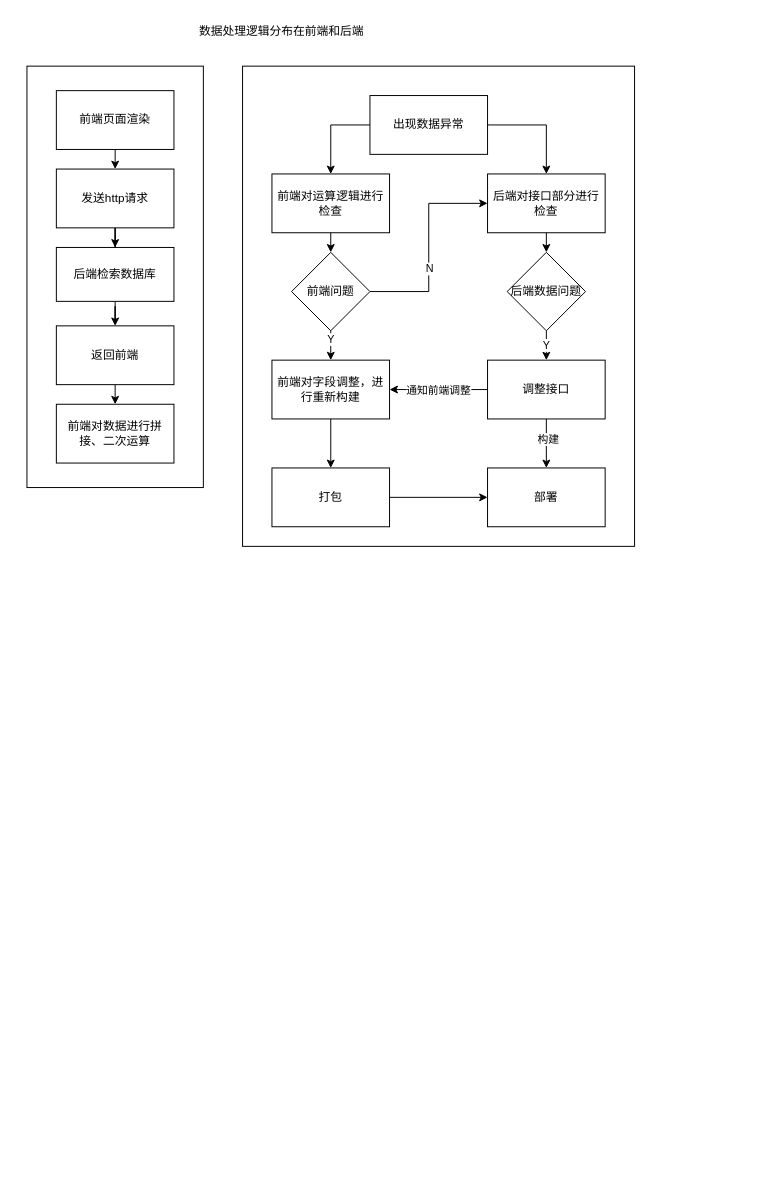
Before: locnavi/发布测试部署流程.drawio in Layouwen/drawio-bucket, a draw.io diagram. Source tidied: cells renumbered, new cells numbered last; positions are measured from the earlier drawing's top-left corner, leaving out a move shared by most shapes. Both pictures are drawn from the tidied source at 98%, with x=0, y=0 at pixel (26, 17).
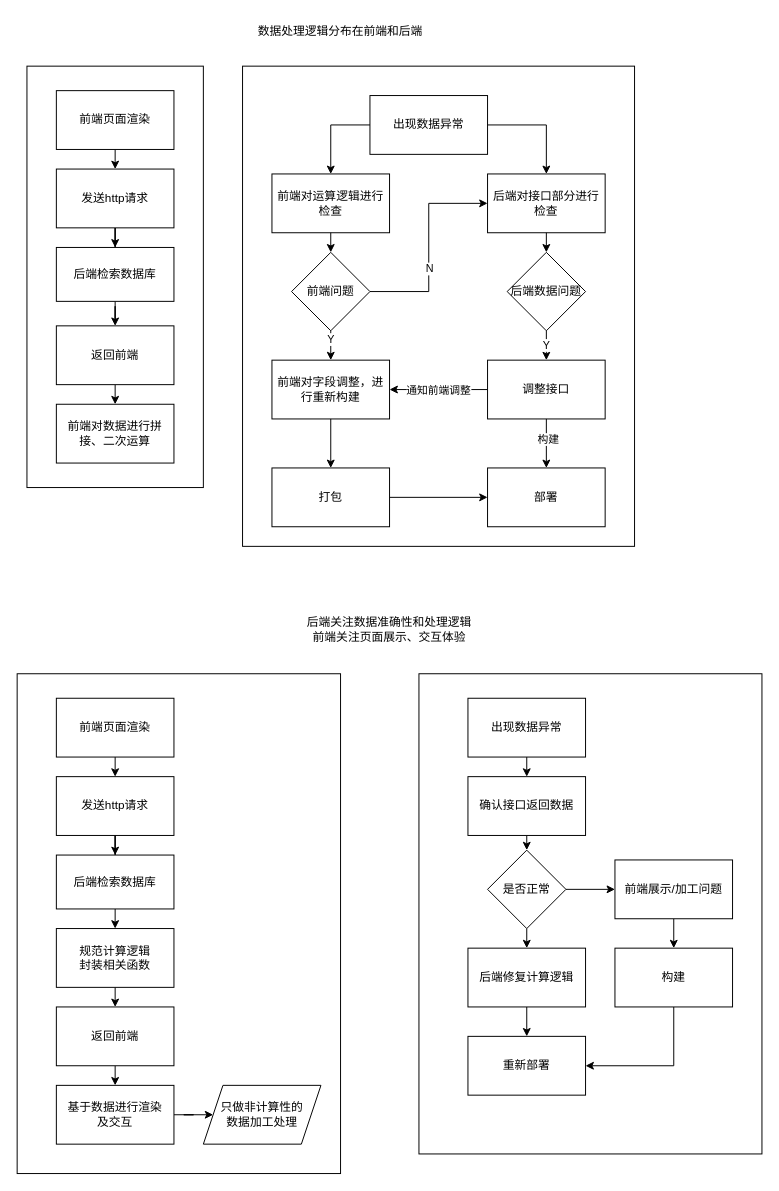
The same diagram, later.

Commit message:
更新发布测试部署流程.drawio

Diff of the diagram source:
```diff
@@
+    <mxCell id="40" style="rounded=0;whiteSpace=wrap;html=1;" parent="1" vertex="1">
+      <mxGeometry x="400" y="670" width="350" height="490" as="geometry" />
+    </mxCell>
+    <mxCell id="41" style="rounded=0;whiteSpace=wrap;html=1;" parent="1" vertex="1">
+      <mxGeometry x="-10" y="670" width="330" height="510" as="geometry" />
+    </mxCell>
     <mxCell id="2" value="数据处理逻辑分布在前端和后端" style="text;html=1;strokeColor=none;fillColor=none;align=center;verticalAlign=middle;whiteSpace=wrap;rounded=0;" parent="1" vertex="1">
-      <mxGeometry x="160" width="200" height="30" as="geometry" />
+      <mxGeometry x="220" width="200" height="30" as="geometry" />
     </mxCell>
@@
+    <mxCell id="42" style="edgeStyle=orthogonalEdgeStyle;rounded=0;jettySize=auto;html=1;exitX=0.5;exitY=1;exitDx=0;exitDy=0;entryX=0.5;entryY=0;entryDx=0;entryDy=0;" parent="1" edge="1" source="43" target="45">
+      <mxGeometry relative="1" as="geometry" />
+    </mxCell>
+    <mxCell id="43" value="前端页面渲染" style="rounded=0;whiteSpace=wrap;html=1;" parent="1" vertex="1">
+      <mxGeometry x="30" y="695" width="120" height="60" as="geometry" />
+    </mxCell>
+    <mxCell id="44" style="edgeStyle=orthogonalEdgeStyle;rounded=0;jettySize=auto;html=1;exitX=0.5;exitY=1;exitDx=0;exitDy=0;" parent="1" edge="1" source="45" target="47">
+      <mxGeometry relative="1" as="geometry" />
+    </mxCell>
+    <mxCell id="45" value="发送http请求" style="rounded=0;whiteSpace=wrap;html=1;" parent="1" vertex="1">
+      <mxGeometry x="30" y="775" width="120" height="60" as="geometry" />
+    </mxCell>
+    <mxCell id="46" style="edgeStyle=orthogonalEdgeStyle;rounded=0;jettySize=auto;html=1;exitX=0.5;exitY=1;exitDx=0;exitDy=0;entryX=0.5;entryY=0;entryDx=0;entryDy=0;" parent="1" edge="1" source="47" target="51">
+      <mxGeometry relative="1" as="geometry" />
+    </mxCell>
+    <mxCell id="47" value="后端检索数据库" style="rounded=0;whiteSpace=wrap;html=1;" parent="1" vertex="1">
+      <mxGeometry x="30" y="855" width="120" height="55" as="geometry" />
+    </mxCell>
+    <mxCell id="48" style="edgeStyle=orthogonalEdgeStyle;rounded=0;jettySize=auto;html=1;exitX=0.5;exitY=1;exitDx=0;exitDy=0;entryX=0.5;entryY=0;entryDx=0;entryDy=0;" parent="1" edge="1" source="49" target="53">
+      <mxGeometry relative="1" as="geometry" />
+    </mxCell>
+    <mxCell id="49" value="返回前端" style="rounded=0;whiteSpace=wrap;html=1;" parent="1" vertex="1">
+      <mxGeometry x="30" y="1010" width="120" height="60" as="geometry" />
+    </mxCell>
+    <mxCell id="50" style="edgeStyle=orthogonalEdgeStyle;rounded=0;jettySize=auto;html=1;exitX=0.5;exitY=1;exitDx=0;exitDy=0;entryX=0.5;entryY=0;entryDx=0;entryDy=0;" parent="1" edge="1" source="51" target="49">
+      <mxGeometry relative="1" as="geometry" />
+    </mxCell>
+    <mxCell id="51" value="规范计算逻辑&lt;br&gt;封装相关函数" style="rounded=0;whiteSpace=wrap;html=1;" parent="1" vertex="1">
+      <mxGeometry x="30" y="930" width="120" height="60" as="geometry" />
+    </mxCell>
+    <mxCell id="52" style="edgeStyle=orthogonalEdgeStyle;rounded=0;jettySize=auto;html=1;exitX=1;exitY=0.5;exitDx=0;exitDy=0;entryX=0;entryY=0.5;entryDx=0;entryDy=0;" parent="1" edge="1" source="53" target="54">
+      <mxGeometry relative="1" as="geometry" />
+    </mxCell>
+    <mxCell id="53" value="基于数据进行渲染&lt;br&gt;及交互" style="rounded=0;whiteSpace=wrap;html=1;" parent="1" vertex="1">
+      <mxGeometry x="30" y="1090" width="120" height="60" as="geometry" />
+    </mxCell>
+    <mxCell id="54" value="只做非计算性的&lt;br&gt;数据加工处理" style="shape=parallelogram;perimeter=parallelogramPerimeter;whiteSpace=wrap;html=1;fixedSize=1;" parent="1" vertex="1">
+      <mxGeometry x="180" y="1090" width="120" height="60" as="geometry" />
+    </mxCell>
+    <mxCell id="55" style="edgeStyle=orthogonalEdgeStyle;rounded=0;jettySize=auto;html=1;exitX=0.5;exitY=1;exitDx=0;exitDy=0;entryX=0.5;entryY=0;entryDx=0;entryDy=0;" parent="1" edge="1" source="56" target="58">
+      <mxGeometry relative="1" as="geometry" />
+    </mxCell>
+    <mxCell id="56" value="出现数据异常" style="rounded=0;whiteSpace=wrap;html=1;" parent="1" vertex="1">
+      <mxGeometry x="450" y="695" width="120" height="60" as="geometry" />
+    </mxCell>
+    <mxCell id="57" style="edgeStyle=orthogonalEdgeStyle;rounded=0;jettySize=auto;html=1;exitX=0.5;exitY=1;exitDx=0;exitDy=0;entryX=0.5;entryY=0;entryDx=0;entryDy=0;" parent="1" edge="1" source="58" target="61">
+      <mxGeometry relative="1" as="geometry" />
+    </mxCell>
+    <mxCell id="58" value="确认接口返回数据" style="rounded=0;whiteSpace=wrap;html=1;" parent="1" vertex="1">
+      <mxGeometry x="450" y="775" width="120" height="60" as="geometry" />
+    </mxCell>
+    <mxCell id="59" style="edgeStyle=orthogonalEdgeStyle;rounded=0;jettySize=auto;html=1;exitX=0.5;exitY=1;exitDx=0;exitDy=0;entryX=0.5;entryY=0;entryDx=0;entryDy=0;" parent="1" edge="1" source="61" target="63">
+      <mxGeometry relative="1" as="geometry" />
+    </mxCell>
+    <mxCell id="60" style="edgeStyle=orthogonalEdgeStyle;rounded=0;jettySize=auto;html=1;exitX=1;exitY=0.5;exitDx=0;exitDy=0;entryX=0;entryY=0.5;entryDx=0;entryDy=0;" parent="1" edge="1" source="61" target="66">
+      <mxGeometry relative="1" as="geometry" />
+    </mxCell>
+    <mxCell id="61" value="是否正常" style="rhombus;whiteSpace=wrap;html=1;" parent="1" vertex="1">
+      <mxGeometry x="470" y="850" width="80" height="80" as="geometry" />
+    </mxCell>
+    <mxCell id="62" style="edgeStyle=orthogonalEdgeStyle;rounded=0;jettySize=auto;html=1;exitX=0.5;exitY=1;exitDx=0;exitDy=0;entryX=0.5;entryY=0;entryDx=0;entryDy=0;" parent="1" edge="1" source="63" target="64">
+      <mxGeometry relative="1" as="geometry" />
+    </mxCell>
+    <mxCell id="63" value="后端修复计算逻辑" style="rounded=0;whiteSpace=wrap;html=1;" parent="1" vertex="1">
+      <mxGeometry x="450" y="950" width="120" height="60" as="geometry" />
+    </mxCell>
+    <mxCell id="64" value="重新部署" style="rounded=0;whiteSpace=wrap;html=1;" parent="1" vertex="1">
+      <mxGeometry x="450" y="1040" width="120" height="60" as="geometry" />
+    </mxCell>
+    <mxCell id="65" style="edgeStyle=orthogonalEdgeStyle;rounded=0;jettySize=auto;html=1;exitX=0.5;exitY=1;exitDx=0;exitDy=0;entryX=0.5;entryY=0;entryDx=0;entryDy=0;" parent="1" edge="1" source="66" target="68">
+      <mxGeometry relative="1" as="geometry" />
+    </mxCell>
+    <mxCell id="66" value="前端展示/加工问题" style="rounded=0;whiteSpace=wrap;html=1;" parent="1" vertex="1">
+      <mxGeometry x="600" y="860" width="120" height="60" as="geometry" />
+    </mxCell>
+    <mxCell id="67" style="edgeStyle=orthogonalEdgeStyle;rounded=0;jettySize=auto;html=1;exitX=0.5;exitY=1;exitDx=0;exitDy=0;entryX=1;entryY=0.5;entryDx=0;entryDy=0;" parent="1" edge="1" source="68" target="64">
+      <mxGeometry relative="1" as="geometry" />
+    </mxCell>
+    <mxCell id="68" value="构建" style="rounded=0;whiteSpace=wrap;html=1;" parent="1" vertex="1">
+      <mxGeometry x="600" y="950" width="120" height="60" as="geometry" />
+    </mxCell>
+    <mxCell id="69" value="后端关注数据准确性和处理逻辑&lt;br&gt;前端关注页面展示、交互体验" style="text;html=1;strokeColor=none;fillColor=none;align=center;verticalAlign=middle;whiteSpace=wrap;rounded=0;" parent="1" vertex="1">
+      <mxGeometry x="270" y="610" width="200" height="30" as="geometry" />
+    </mxCell>
```
